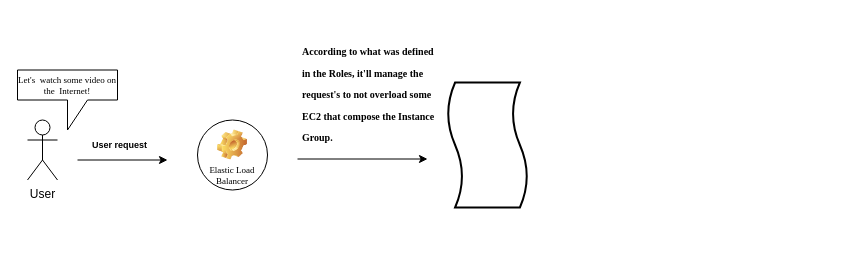
Earlier version of the draw.io diagram RDS Solution Architecture Diagram.drawio (MateusSnr/AWS-diagrams). Source tidied: cells renumbered, new cells numbered last; positions are measured from the earlier drawing's top-left corner, leaving out a move shared by most shapes. Both pictures are drawn from the tidied source at 100%, with x=0, y=0 at pixel (17, 17). Pictures stored in the file or linked from it are replaced by grey dashed boxes.
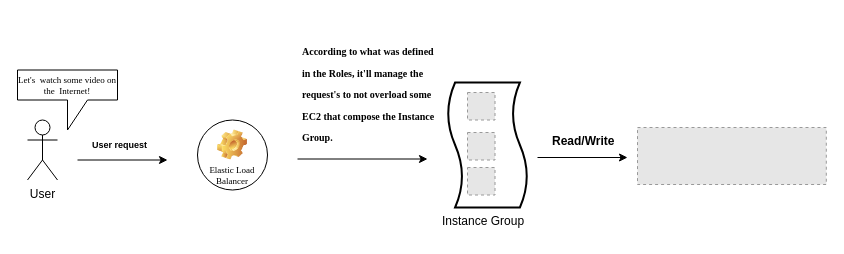
After the change.

Unchanged cells that the change refers to:
```xml
<mxCell id="2" style="group;" parent="1" vertex="1">
  <mxGeometry width="510" height="190" as="geometry" />
</mxCell>
```

What changed in the source:
```diff
@@
+    <mxCell id="13" style="fillColor=#E6E6E6;strokeColor=#999999;dashed=1;verticalLabelPosition=bottom;verticalAlign=top;" parent="2" vertex="1">
+      <mxGeometry x="450" y="75" width="27.5" height="27.5" as="geometry" />
+    </mxCell>
+    <mxCell id="14" style="fillColor=#E6E6E6;strokeColor=#999999;dashed=1;verticalLabelPosition=bottom;verticalAlign=top;" parent="2" vertex="1">
+      <mxGeometry x="450" y="115" width="27.5" height="27.5" as="geometry" />
+    </mxCell>
+    <mxCell id="15" style="fillColor=#E6E6E6;strokeColor=#999999;dashed=1;verticalLabelPosition=bottom;verticalAlign=top;" parent="2" vertex="1">
+      <mxGeometry x="450" y="150" width="27.5" height="27.5" as="geometry" />
+    </mxCell>
+    <mxCell id="16" value="&lt;h1&gt;&lt;font style=&quot;font-size: 12px; font-weight: normal;&quot;&gt;Instance Group&lt;/font&gt;&lt;/h1&gt;" style="text;html=1;strokeColor=none;fillColor=none;spacing=5;spacingTop=-20;whiteSpace=wrap;overflow=hidden;rounded=0;" parent="1" vertex="1">
+      <mxGeometry x="420" y="180" width="110" height="40" as="geometry" />
+    </mxCell>
+    <mxCell id="17" style="endArrow=classic;html=1;rounded=0;fontSize=12;" parent="1" edge="1">
+      <mxGeometry relative="1" as="geometry">
+        <mxPoint x="520" y="140" as="sourcePoint" />
+        <mxPoint x="610" y="140" as="targetPoint" />
+      </mxGeometry>
+    </mxCell>
+    <mxCell id="18" value="&lt;h1&gt;&lt;font style=&quot;font-size: 12px;&quot;&gt;Read/Write&lt;/font&gt;&lt;/h1&gt;" style="text;html=1;strokeColor=none;fillColor=none;spacing=5;spacingTop=-20;whiteSpace=wrap;overflow=hidden;rounded=0;fontSize=12;" parent="1" vertex="1">
+      <mxGeometry x="530" y="100" width="75" height="50" as="geometry" />
+    </mxCell>
+    <mxCell id="19" style="fillColor=#E6E6E6;strokeColor=#999999;dashed=1;verticalLabelPosition=bottom;verticalAlign=top;fontSize=12;" parent="1" vertex="1">
+      <mxGeometry x="620" y="110" width="188.8" height="57" as="geometry" />
+    </mxCell>
```
